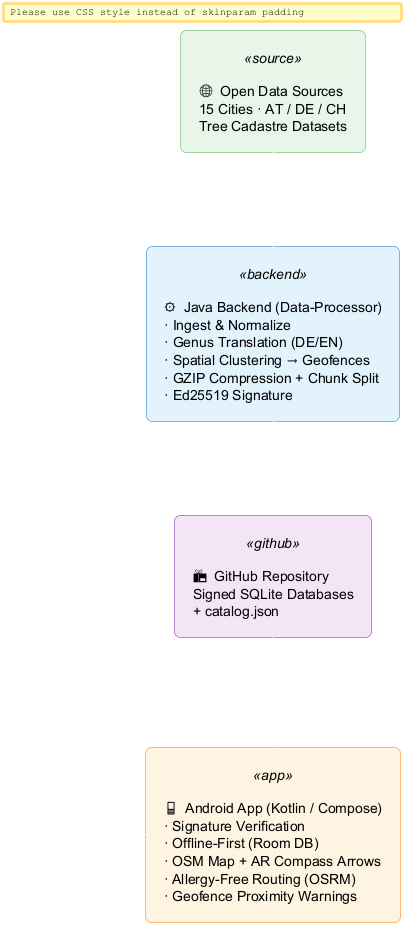
The PlantUML diagram docs/architecture/00_overview_en.png in matthili/BaumRadar, before a commit.
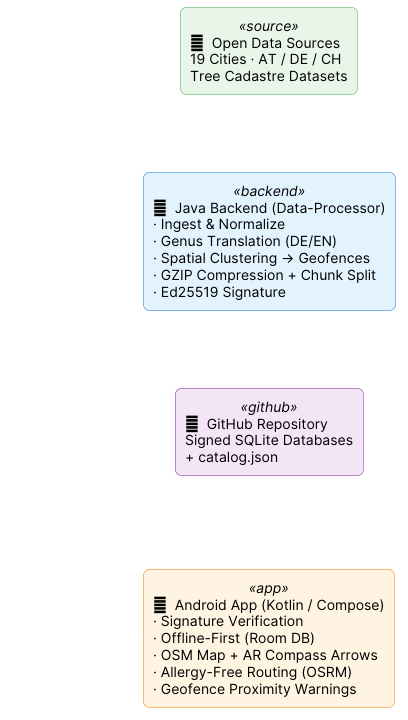
After the change.

Diff of the diagram source:
```diff
@@ -3,8 +3,13 @@
 skinparam componentStyle rectangle
 skinparam shadowing false
 skinparam defaultFontName Inter
-skinparam padding 8
 skinparam roundCorner 12
+
+<style>
+root {
+  padding 8;
+}
+</style>
 
 skinparam ArrowColor white
 skinparam ArrowFontColor white
@@ -25,7 +30,7 @@
   BorderColor<<app>> #F57C00
 }
 
-rectangle "🌐  Open Data Sources\n15 Cities · AT / DE / CH\nTree Cadastre Datasets" as Src <<source>>
+rectangle "🌐  Open Data Sources\n19 Cities · AT / DE / CH\nTree Cadastre Datasets" as Src <<source>>
 
 rectangle "⚙️  Java Backend (Data-Processor)\n· Ingest & Normalize\n· Genus Translation (DE/EN)\n· Spatial Clustering → Geofences\n· GZIP Compression + Chunk Split\n· Ed25519 Signature" as BE <<backend>>
 
```
